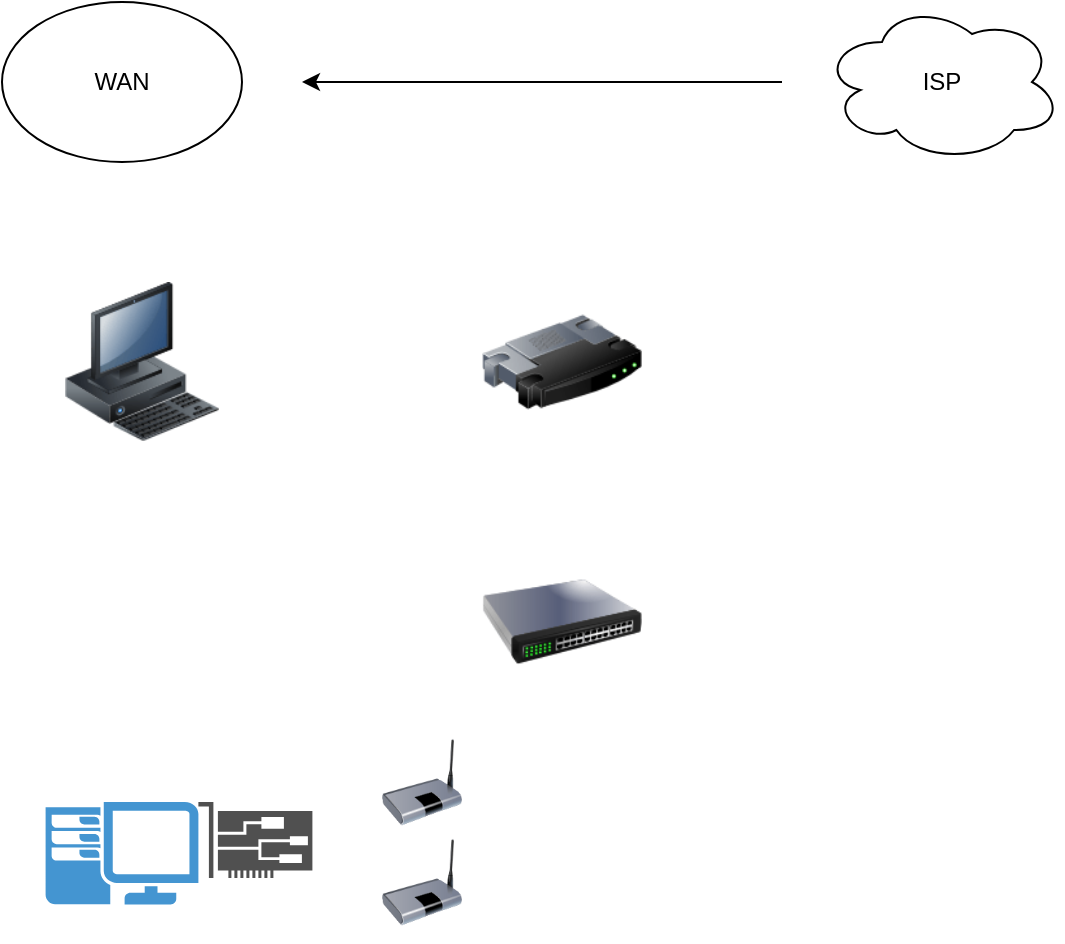
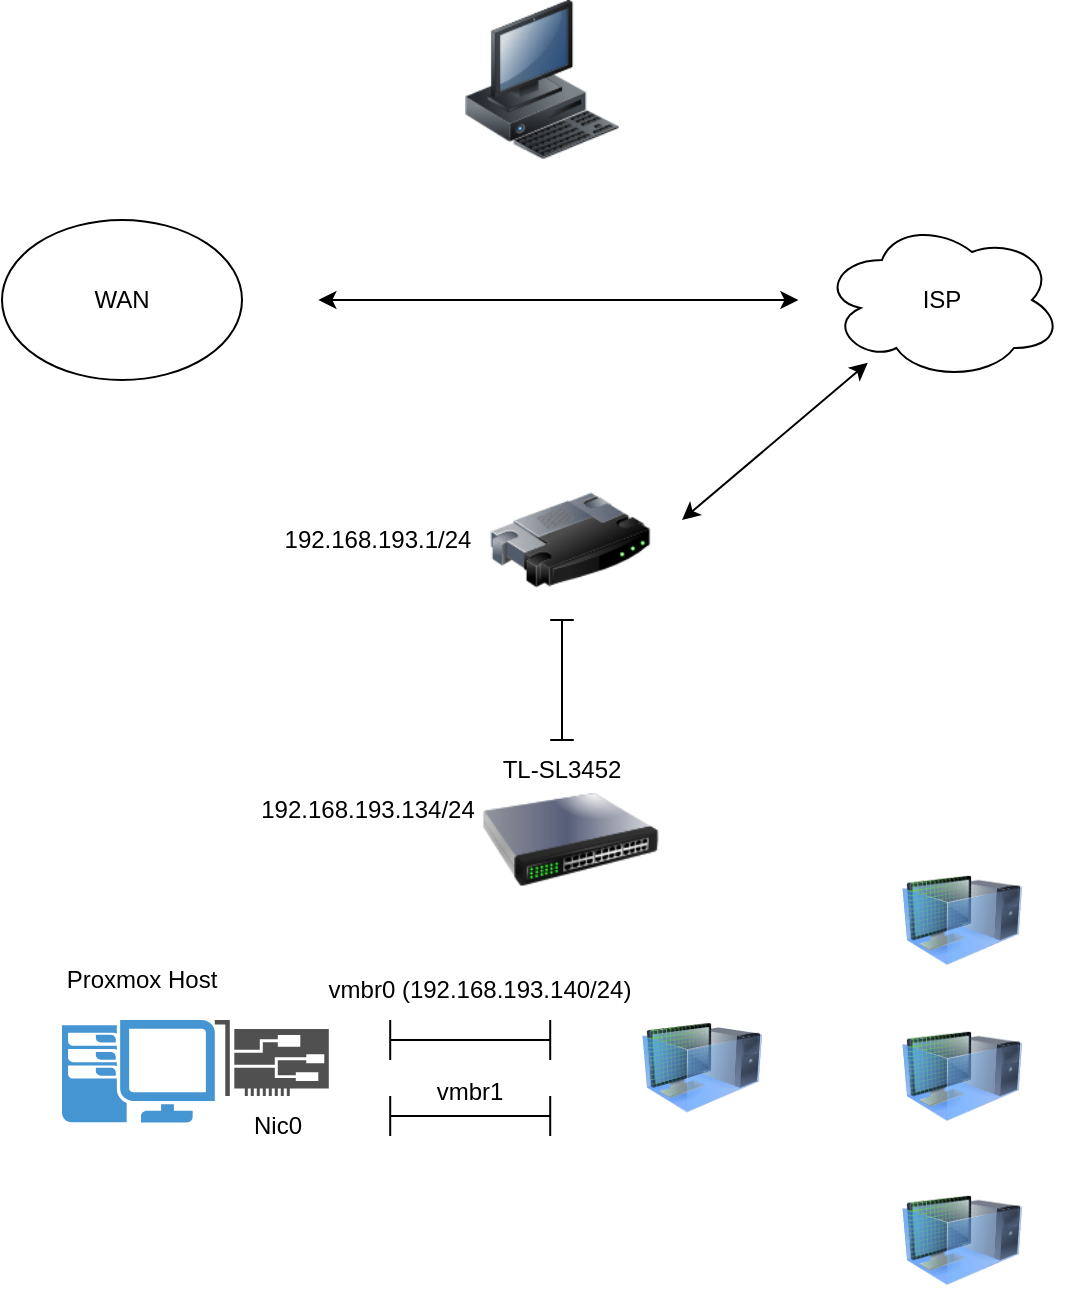
<mxfile host="app.diagrams.net">
  <diagram name="Page-1" id="zP4Ow8HyOkAsxJrq0pA5">
    <mxGraphModel dx="2054" dy="1183" grid="1" gridSize="10" guides="1" tooltips="1" connect="1" arrows="1" fold="1" page="1" pageScale="1" pageWidth="850" pageHeight="1100" math="0" shadow="0">
      <root>
        <mxCell id="0" />
        <mxCell id="1" parent="0" />
        <mxCell id="B65suDjGjgTJ9sO3S6Rg-1" parent="1" style="ellipse;whiteSpace=wrap;html=1;" value="WAN" vertex="1">
-           <mxGeometry height="80" width="120" x="90" y="80" as="geometry" />
+           <mxGeometry height="80" width="120" x="90" y="120" as="geometry" />
        </mxCell>
        <mxCell id="B65suDjGjgTJ9sO3S6Rg-2" parent="1" style="ellipse;shape=cloud;whiteSpace=wrap;html=1;" value="ISP" vertex="1">
-           <mxGeometry height="80" width="120" x="500" y="80" as="geometry" />
+           <mxGeometry height="80" width="120" x="500" y="120" as="geometry" />
        </mxCell>
-         <mxCell id="B65suDjGjgTJ9sO3S6Rg-4" edge="1" parent="1" style="endArrow=none;html=1;rounded=0;endFill=0;startArrow=classic;startFill=1;" value="">
+         <mxCell id="B65suDjGjgTJ9sO3S6Rg-4" edge="1" parent="1" style="endArrow=classic;html=1;rounded=0;endFill=1;startArrow=classic;startFill=1;" value="">
          <mxGeometry height="50" relative="1" width="50" as="geometry">
-             <mxPoint x="240" y="120" as="sourcePoint" />
-             <mxPoint x="480" y="120" as="targetPoint" />
+             <mxPoint x="248.2" y="160" as="sourcePoint" />
+             <mxPoint x="488.2" y="160" as="targetPoint" />
          </mxGeometry>
        </mxCell>
        <mxCell id="B65suDjGjgTJ9sO3S6Rg-5" parent="1" style="image;html=1;image=img/lib/clip_art/computers/Workstation_128x128.png" value="" vertex="1">
-           <mxGeometry height="80" width="80" x="120" y="220" as="geometry" />
+           <mxGeometry height="80" width="80" x="320" y="10" as="geometry" />
        </mxCell>
        <mxCell id="B65suDjGjgTJ9sO3S6Rg-6" parent="1" style="image;html=1;image=img/lib/clip_art/networking/Router_128x128.png" value="" vertex="1">
-           <mxGeometry height="80" width="80" x="330" y="220" as="geometry" />
+           <mxGeometry height="80" width="80" x="334.09999999999997" y="240" as="geometry" />
        </mxCell>
        <mxCell id="B65suDjGjgTJ9sO3S6Rg-7" parent="1" style="image;html=1;image=img/lib/clip_art/networking/Switch_128x128.png" value="" vertex="1">
-           <mxGeometry height="80" width="80" x="330" y="350" as="geometry" />
+           <mxGeometry height="80" width="88.2" x="330" y="390" as="geometry" />
        </mxCell>
        <mxCell id="B65suDjGjgTJ9sO3S6Rg-8" parent="1" style="pointerEvents=1;shadow=0;dashed=0;html=1;strokeColor=none;fillColor=#4495D1;labelPosition=center;verticalLabelPosition=bottom;verticalAlign=top;align=center;outlineConnect=0;shape=mxgraph.veeam.2d.workstation;" value="" vertex="1">
-           <mxGeometry height="51.2" width="76.4" x="111.80000000000001" y="480" as="geometry" />
+           <mxGeometry height="51.2" width="76.4" x="120.00000000000001" y="520" as="geometry" />
        </mxCell>
        <mxCell id="B65suDjGjgTJ9sO3S6Rg-9" parent="1" style="sketch=0;pointerEvents=1;shadow=0;dashed=0;html=1;strokeColor=none;fillColor=#505050;labelPosition=center;verticalLabelPosition=bottom;verticalAlign=top;outlineConnect=0;align=center;shape=mxgraph.office.devices.nic;" value="" vertex="1">
-           <mxGeometry height="38" width="57" x="188.2" y="480" as="geometry" />
+           <mxGeometry height="38" width="57" x="196.39999999999998" y="520" as="geometry" />
        </mxCell>
-         <mxCell id="B65suDjGjgTJ9sO3S6Rg-10" parent="1" style="image;html=1;image=img/lib/clip_art/networking/Bridge_128x128.png" value="" vertex="1">
-           <mxGeometry height="60" width="40" x="280" y="440" as="geometry" />
+         <mxCell id="PM2nW5d5bkd0yUUsg2_K-1" parent="1" style="image;html=1;image=img/lib/clip_art/computers/Virtual_Machine_128x128.png" value="" vertex="1">
+           <mxGeometry height="65" width="60" x="410" y="511.2" as="geometry" />
        </mxCell>
-         <mxCell id="B65suDjGjgTJ9sO3S6Rg-11" parent="1" style="image;html=1;image=img/lib/clip_art/networking/Bridge_128x128.png" value="" vertex="1">
-           <mxGeometry height="60" width="40" x="280" y="490" as="geometry" />
+         <mxCell id="PM2nW5d5bkd0yUUsg2_K-2" parent="1" style="image;html=1;image=img/lib/clip_art/computers/Virtual_Machine_128x128.png" value="" vertex="1">
+           <mxGeometry height="60" width="60" x="540" y="440" as="geometry" />
+         </mxCell>
+         <mxCell id="PM2nW5d5bkd0yUUsg2_K-3" parent="1" style="image;html=1;image=img/lib/clip_art/computers/Virtual_Machine_128x128.png" value="" vertex="1">
+           <mxGeometry height="60" width="60" x="540" y="518" as="geometry" />
+         </mxCell>
+         <mxCell id="PM2nW5d5bkd0yUUsg2_K-4" parent="1" style="image;html=1;image=img/lib/clip_art/computers/Virtual_Machine_128x128.png" value="" vertex="1">
+           <mxGeometry height="60" width="60" x="540" y="600" as="geometry" />
+         </mxCell>
+         <mxCell id="PM2nW5d5bkd0yUUsg2_K-5" parent="1" style="text;html=1;whiteSpace=wrap;strokeColor=none;fillColor=none;align=center;verticalAlign=middle;rounded=0;autosize=1;resizable=0;" value="TL-SL3452" vertex="1">
+           <mxGeometry height="30" width="80" x="330" y="380" as="geometry" />
+         </mxCell>
+         <mxCell id="PM2nW5d5bkd0yUUsg2_K-6" parent="1" style="text;html=1;whiteSpace=wrap;strokeColor=none;fillColor=none;align=center;verticalAlign=middle;rounded=0;autosize=1;resizable=0;" value="192.168.193.134/24" vertex="1">
+           <mxGeometry height="30" width="130" x="208.2" y="400" as="geometry" />
+         </mxCell>
+         <mxCell id="PM2nW5d5bkd0yUUsg2_K-7" parent="1" style="text;html=1;whiteSpace=wrap;strokeColor=none;fillColor=none;align=center;verticalAlign=middle;rounded=0;autosize=1;resizable=0;" value="Proxmox Host" vertex="1">
+           <mxGeometry height="30" width="100" x="110" y="485" as="geometry" />
+         </mxCell>
+         <mxCell id="PM2nW5d5bkd0yUUsg2_K-8" edge="1" parent="1" style="endArrow=classic;html=1;rounded=0;endFill=1;startArrow=classic;startFill=1;" target="B65suDjGjgTJ9sO3S6Rg-2" value="">
+           <mxGeometry height="50" relative="1" width="50" as="geometry">
+             <mxPoint x="430" y="270" as="sourcePoint" />
+             <mxPoint x="710" y="260" as="targetPoint" />
+           </mxGeometry>
+         </mxCell>
+         <mxCell id="PM2nW5d5bkd0yUUsg2_K-9" parent="1" style="text;html=1;whiteSpace=wrap;strokeColor=none;fillColor=none;align=center;verticalAlign=middle;rounded=0;autosize=1;resizable=0;" value="192.168.193.1/24" vertex="1">
+           <mxGeometry height="30" width="120" x="218.2" y="265" as="geometry" />
+         </mxCell>
+         <mxCell id="PM2nW5d5bkd0yUUsg2_K-10" parent="1" style="shape=crossbar;whiteSpace=wrap;html=1;rounded=1;direction=south;" value="" vertex="1">
+           <mxGeometry height="60" width="11.8" x="364.09999999999997" y="320" as="geometry" />
+         </mxCell>
+         <mxCell id="PM2nW5d5bkd0yUUsg2_K-13" parent="1" style="shape=crossbar;whiteSpace=wrap;html=1;rounded=1;" value="" vertex="1">
+           <mxGeometry height="20" width="80" x="284.1" y="520" as="geometry" />
+         </mxCell>
+         <mxCell id="PM2nW5d5bkd0yUUsg2_K-14" parent="1" style="shape=crossbar;whiteSpace=wrap;html=1;rounded=1;" value="" vertex="1">
+           <mxGeometry height="20" width="80" x="284.1" y="558" as="geometry" />
+         </mxCell>
+         <mxCell id="PM2nW5d5bkd0yUUsg2_K-15" parent="1" style="text;html=1;whiteSpace=wrap;strokeColor=none;fillColor=none;align=center;verticalAlign=middle;rounded=0;autosize=1;resizable=0;" value="vmbr0 (192.168.193.140/24)" vertex="1">
+           <mxGeometry height="30" width="170" x="244.10000000000002" y="490" as="geometry" />
+         </mxCell>
+         <mxCell id="PM2nW5d5bkd0yUUsg2_K-16" parent="1" style="text;html=1;whiteSpace=wrap;strokeColor=none;fillColor=none;align=center;verticalAlign=middle;rounded=0;autosize=1;resizable=0;" value="vmbr1" vertex="1">
+           <mxGeometry height="30" width="60" x="294.1" y="541.2" as="geometry" />
+         </mxCell>
+         <mxCell id="PM2nW5d5bkd0yUUsg2_K-17" parent="1" style="text;html=1;whiteSpace=wrap;strokeColor=none;fillColor=none;align=center;verticalAlign=middle;rounded=0;autosize=1;resizable=0;" value="Nic0" vertex="1">
+           <mxGeometry height="30" width="50" x="203.4" y="558" as="geometry" />
        </mxCell>
      </root>
    </mxGraphModel>
  </diagram>
</mxfile>
